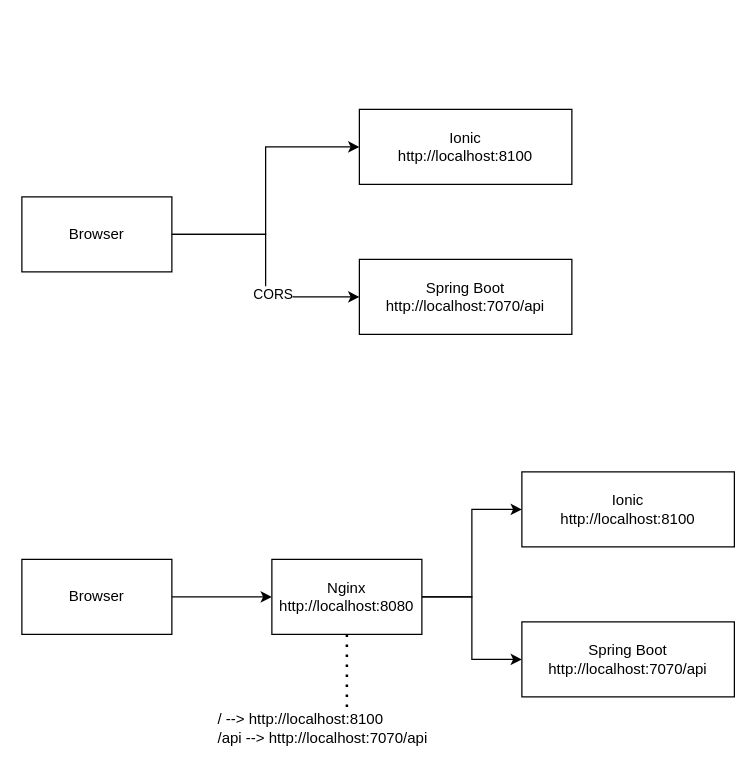
Before: documents/design/Quiz Architecture.drawio in cyberaka/quiz_poc, a draw.io diagram. Source tidied: cells renumbered, new cells numbered last; positions are measured from the earlier drawing's top-left corner, leaving out a move shared by most shapes. Both pictures are drawn from the tidied source at 125%, with x=0, y=0 at pixel (21, 109).
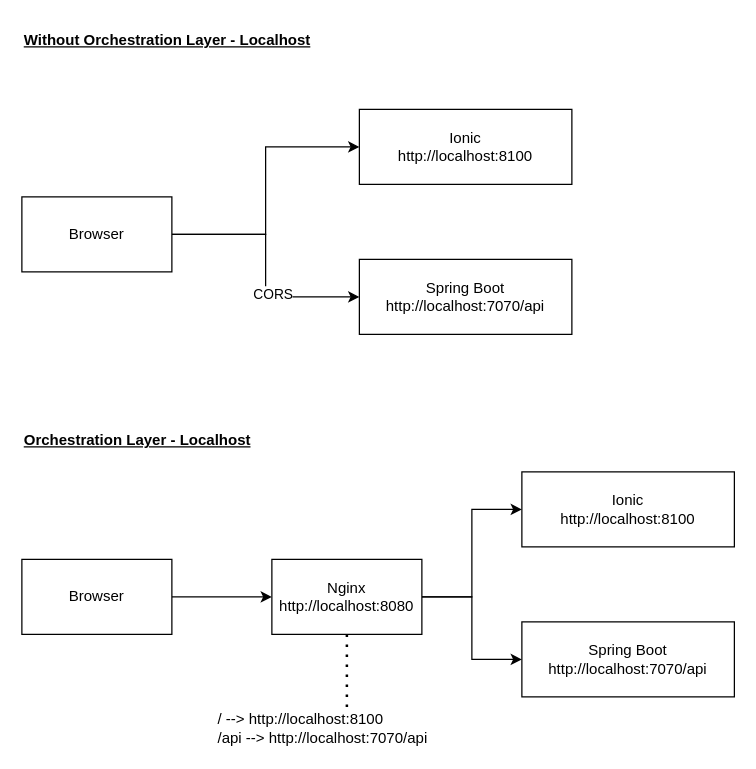
Above is the later version.

Diff of the diagram source:
```diff
@@
 <mxGraphModel>
   <root>
     <mxCell id="0" />
     <mxCell id="1" parent="0" />
     <mxCell id="2" value="Ionic&lt;br&gt;http://localhost:8100" style="rounded=0;whiteSpace=wrap;html=1;" parent="1" vertex="1">
       <mxGeometry x="270" width="170" height="60" as="geometry" />
     </mxCell>
     <mxCell id="3" value="Spring Boot&lt;br&gt;http://localhost:7070/api" style="rounded=0;whiteSpace=wrap;html=1;" parent="1" vertex="1">
       <mxGeometry x="270" y="120" width="170" height="60" as="geometry" />
     </mxCell>
     <mxCell id="4" style="edgeStyle=orthogonalEdgeStyle;rounded=0;jettySize=auto;html=1;entryX=0;entryY=0.5;entryDx=0;entryDy=0;" parent="1" edge="1" source="7" target="2">
       <mxGeometry relative="1" as="geometry" />
     </mxCell>
     <mxCell id="5" style="edgeStyle=orthogonalEdgeStyle;rounded=0;jettySize=auto;html=1;entryX=0;entryY=0.5;entryDx=0;entryDy=0;" parent="1" edge="1" source="7" target="3">
       <mxGeometry relative="1" as="geometry" />
     </mxCell>
     <mxCell id="6" value="CORS" style="edgeLabel;html=1;align=center;verticalAlign=middle;" parent="5" vertex="1">
       <mxGeometry x="0.3" y="3" relative="1" as="geometry" />
     </mxCell>
     <mxCell id="7" value="Browser" style="rounded=0;whiteSpace=wrap;html=1;" parent="1" vertex="1">
       <mxGeometry y="70" width="120" height="60" as="geometry" />
     </mxCell>
     <mxCell id="8" value="Ionic&lt;br&gt;http://localhost:8100" style="rounded=0;whiteSpace=wrap;html=1;" parent="1" vertex="1">
       <mxGeometry x="400" y="290" width="170" height="60" as="geometry" />
     </mxCell>
     <mxCell id="9" value="Spring Boot&lt;br&gt;http://localhost:7070/api" style="rounded=0;whiteSpace=wrap;html=1;" parent="1" vertex="1">
       <mxGeometry x="400" y="410" width="170" height="60" as="geometry" />
     </mxCell>
     <mxCell id="10" style="edgeStyle=orthogonalEdgeStyle;rounded=0;jettySize=auto;html=1;entryX=0;entryY=0.5;entryDx=0;entryDy=0;" parent="1" edge="1" source="11" target="14">
       <mxGeometry relative="1" as="geometry" />
     </mxCell>
     <mxCell id="11" value="Browser" style="rounded=0;whiteSpace=wrap;html=1;" parent="1" vertex="1">
       <mxGeometry y="360" width="120" height="60" as="geometry" />
     </mxCell>
     <mxCell id="12" style="edgeStyle=orthogonalEdgeStyle;rounded=0;jettySize=auto;html=1;entryX=0;entryY=0.5;entryDx=0;entryDy=0;" parent="1" edge="1" source="14" target="8">
       <mxGeometry relative="1" as="geometry" />
     </mxCell>
     <mxCell id="13" style="edgeStyle=orthogonalEdgeStyle;rounded=0;jettySize=auto;html=1;" parent="1" edge="1" source="14" target="9">
       <mxGeometry relative="1" as="geometry" />
     </mxCell>
     <mxCell id="14" value="Nginx&lt;br&gt;http://localhost:8080" style="rounded=0;whiteSpace=wrap;html=1;" parent="1" vertex="1">
       <mxGeometry x="200" y="360" width="120" height="60" as="geometry" />
     </mxCell>
     <mxCell id="15" value="/ --&amp;gt; http://localhost:8100&lt;br&gt;/api --&amp;gt; http://localhost:7070/api" style="text;html=1;strokeColor=none;fillColor=none;align=left;verticalAlign=middle;whiteSpace=wrap;rounded=0;" parent="1" vertex="1">
       <mxGeometry x="155" y="480" width="210" height="30" as="geometry" />
     </mxCell>
     <mxCell id="16" style="endArrow=none;dashed=1;html=1;dashPattern=1 3;strokeWidth=2;rounded=0;entryX=0.5;entryY=0;entryDx=0;entryDy=0;exitX=0.5;exitY=1;exitDx=0;exitDy=0;" parent="1" edge="1" source="14" target="15">
       <mxGeometry relative="1" as="geometry" />
     </mxCell>
+    <mxCell id="17" value="&lt;u&gt;&lt;b&gt;Without Orchestration Layer - Localhost&lt;/b&gt;&lt;/u&gt;" style="text;html=1;strokeColor=none;fillColor=none;align=left;verticalAlign=middle;whiteSpace=wrap;rounded=0;" parent="1" vertex="1">
+      <mxGeometry y="-70" width="260" height="30" as="geometry" />
+    </mxCell>
+    <mxCell id="18" value="&lt;u&gt;&lt;b&gt;Orchestration Layer - Localhost&lt;/b&gt;&lt;/u&gt;" style="text;html=1;strokeColor=none;fillColor=none;align=left;verticalAlign=middle;whiteSpace=wrap;rounded=0;" parent="1" vertex="1">
+      <mxGeometry y="250" width="260" height="30" as="geometry" />
+    </mxCell>
   </root>
 </mxGraphModel>
```
